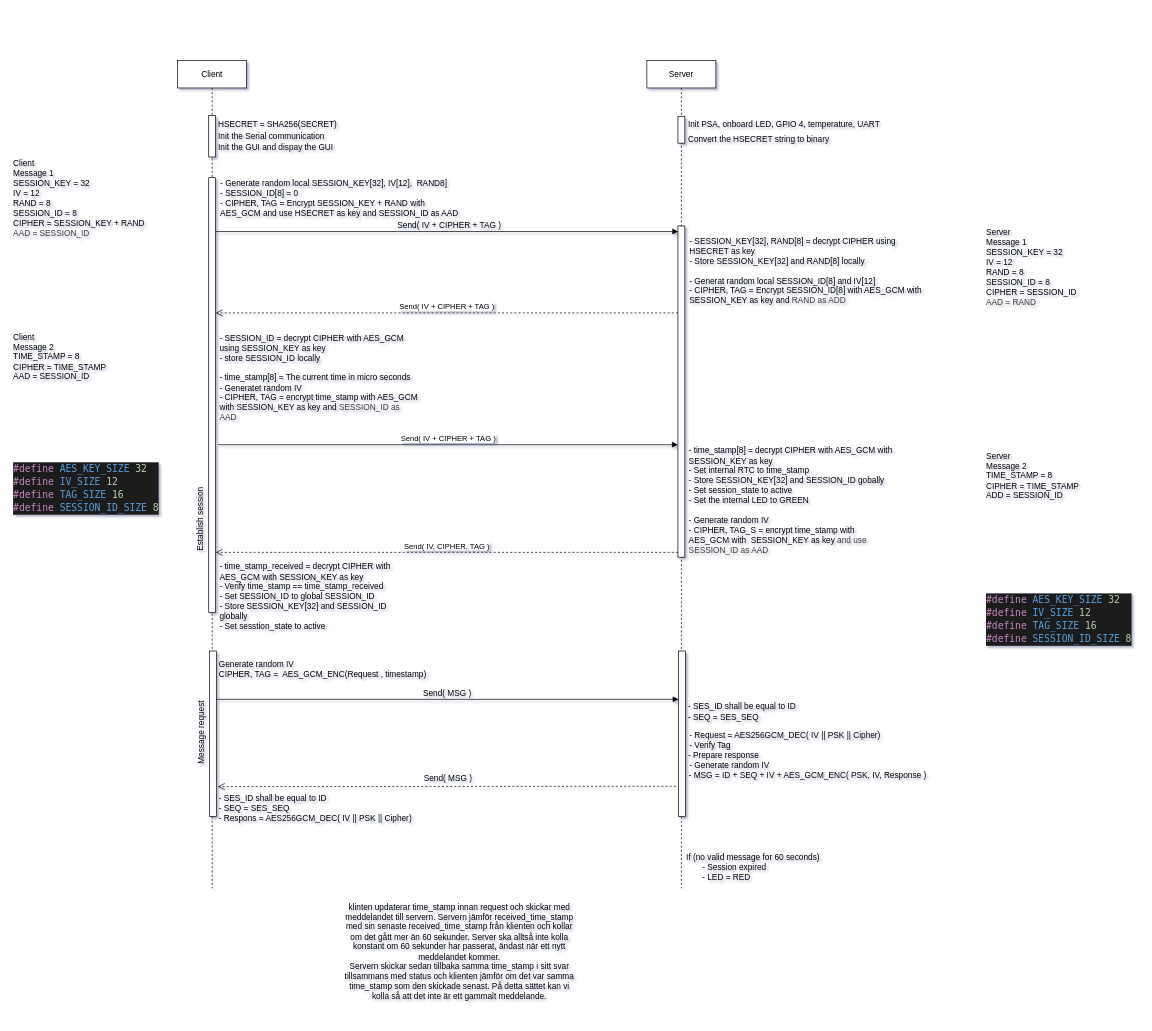
This is documents/sequens_diagram.drawio from AlexanderKimfors/Exam_security, a draw.io file, before an edit. Source tidied: cells renumbered, new cells numbered last; positions are measured from the earlier drawing's top-left corner, leaving out a move shared by most shapes. Both pictures are drawn from the tidied source at 69%, with x=0, y=0 at pixel (-140, 12).
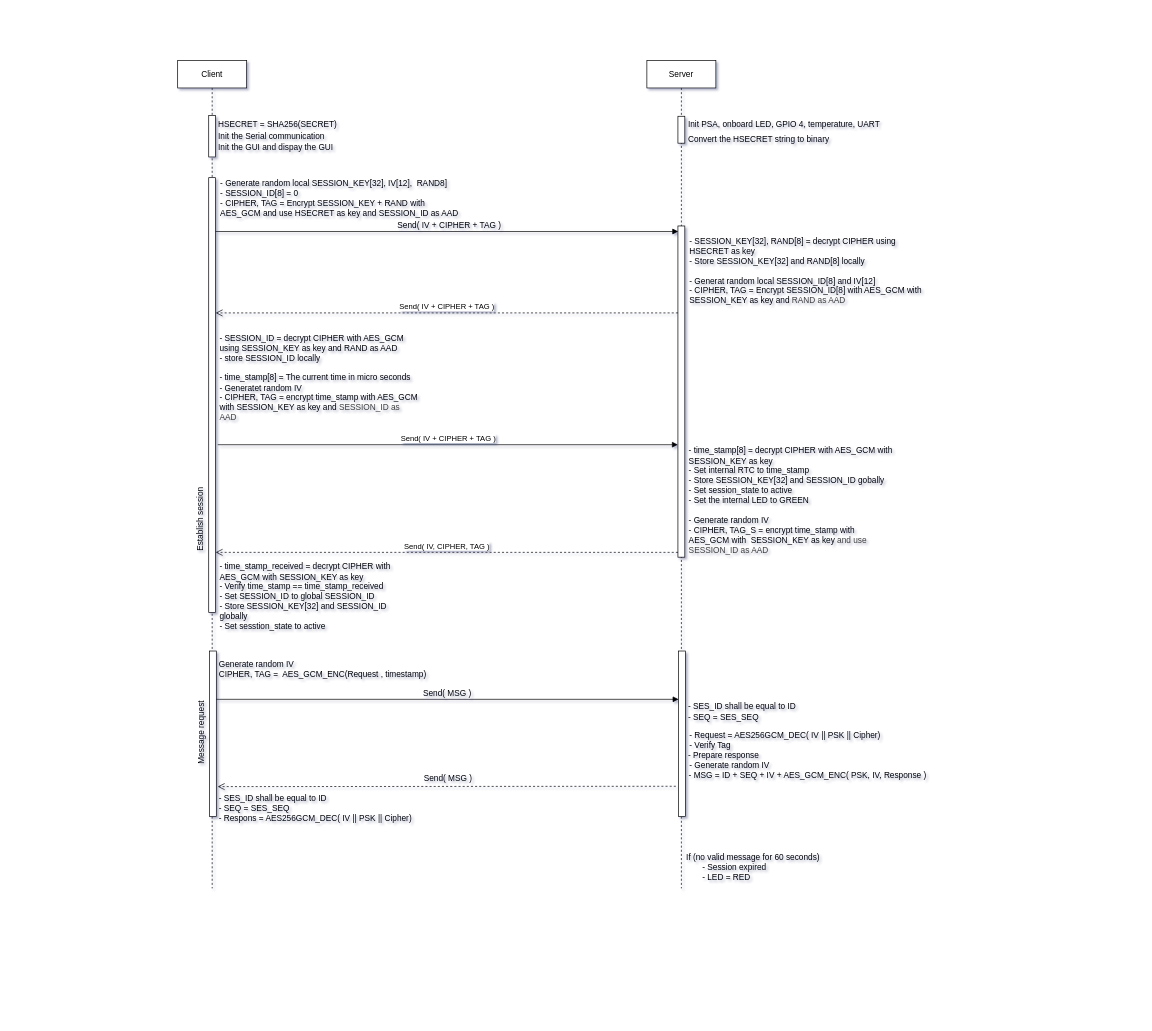
After the change.

Commit message (it also covers changes not shown here):
removed magic numbers in client session

Diff of the diagram source:
```diff
@@
-    <mxCell id="41" value="&lt;div&gt;- SESSION_KEY[32], RAND[8] = decrypt CIPHER using HSECRET as key&lt;/div&gt;&lt;div&gt;- Store SESSION_KEY[32] and RAND[8] locally&lt;/div&gt;&lt;div&gt;&lt;br&gt;&lt;/div&gt;&lt;div&gt;- Generat random local SESSION_ID[8] and IV[12]&lt;/div&gt;&lt;div&gt;- CIPHER, TAG = Encrypt SESSION_ID[8] with AES_GCM with SESSION_KEY as key and&lt;span style=&quot;color: rgb(63, 63, 63); background-color: transparent;&quot;&gt;&amp;nbsp;RAND as ADD&lt;/span&gt;&lt;/div&gt;" style="text;html=1;align=left;verticalAlign=middle;whiteSpace=wrap;rounded=0;" parent="1" vertex="1">
+    <mxCell id="41" value="&lt;div&gt;- SESSION_KEY[32], RAND[8] = decrypt CIPHER using HSECRET as key&lt;/div&gt;&lt;div&gt;- Store SESSION_KEY[32] and RAND[8] locally&lt;/div&gt;&lt;div&gt;&lt;br&gt;&lt;/div&gt;&lt;div&gt;- Generat random local SESSION_ID[8] and IV[12]&lt;/div&gt;&lt;div&gt;- CIPHER, TAG = Encrypt SESSION_ID[8] with AES_GCM with SESSION_KEY as key and&lt;span style=&quot;color: rgb(63, 63, 63); background-color: transparent;&quot;&gt;&amp;nbsp;RAND as AAD&lt;/span&gt;&lt;/div&gt;" style="text;html=1;align=left;verticalAlign=middle;whiteSpace=wrap;rounded=0;" parent="1" vertex="1">
       <mxGeometry x="1200" y="320" width="356.5" height="110" as="geometry" />
     </mxCell>
-    <mxCell id="42" value="- SESSION_ID = decrypt CIPHER with AES_GCM using SESSION_KEY as key&lt;div&gt;- store SESSION_ID locally&lt;/div&gt;&lt;div&gt;&lt;br&gt;&lt;/div&gt;&lt;div&gt;- time_stamp[8] = The current time in micro seconds&lt;/div&gt;&lt;div&gt;- Generatet random IV&lt;/div&gt;&lt;div&gt;- CIPHER, TAG = encrypt time_stamp with AES_GCM with SESSION_KEY as key and&amp;nbsp;&lt;span style=&quot;color: rgb(63, 63, 63); background-color: transparent;&quot;&gt;SESSION_ID as AAD&lt;/span&gt;&lt;/div&gt;" style="text;html=1;align=left;verticalAlign=middle;whiteSpace=wrap;rounded=0;" parent="1" vertex="1">
+    <mxCell id="42" value="- SESSION_ID = decrypt CIPHER with AES_GCM using SESSION_KEY as key and RAND as AAD&lt;div&gt;- store SESSION_ID locally&lt;/div&gt;&lt;div&gt;&lt;br&gt;&lt;/div&gt;&lt;div&gt;- time_stamp[8] = The current time in micro seconds&lt;/div&gt;&lt;div&gt;- Generatet random IV&lt;/div&gt;&lt;div&gt;- CIPHER, TAG = encrypt time_stamp with AES_GCM with SESSION_KEY as key and&amp;nbsp;&lt;span style=&quot;color: rgb(63, 63, 63); background-color: transparent;&quot;&gt;SESSION_ID as AAD&lt;/span&gt;&lt;/div&gt;" style="text;html=1;align=left;verticalAlign=middle;whiteSpace=wrap;rounded=0;" parent="1" vertex="1">
       <mxGeometry x="519" y="450" width="290" height="160" as="geometry" />
     </mxCell>
@@
-    <mxCell id="45" value="klinten updaterar time_stamp innan request och skickar med meddelandet till servern. Servern jämför received_time_stamp med sin senaste received_time_stamp från klienten och kollar om det gått mer än 60 sekunder. Server ska alltså inte kolla konstant om 60 sekunder har passerat, ändast när ett nytt meddelandet kommer.&lt;div&gt;Servern skickar sedan tillbaka samma time_stamp i sitt svar tillsammans med status och klienten jämför om det var samma time_stamp som den skickade senast. På detta sättet kan vi kolla så att det inte är ett gammalt meddelande.&lt;/div&gt;" style="text;html=1;align=center;verticalAlign=middle;whiteSpace=wrap;rounded=0;" parent="1" vertex="1">
-      <mxGeometry x="700" y="1270" width="337" height="184" as="geometry" />
-    </mxCell>
-    <mxCell id="46" value="Client&lt;div&gt;Message 1&lt;br&gt;SESSION_KEY = 32&lt;/div&gt;&lt;div&gt;IV = 12&lt;/div&gt;&lt;div&gt;RAND = 8&lt;/div&gt;&lt;div&gt;SESSION_ID = 8&lt;/div&gt;&lt;div&gt;CIPHER = SESSION_KEY + RAND&lt;/div&gt;&lt;div&gt;&lt;span style=&quot;color: rgb(63, 63, 63); background-color: transparent;&quot;&gt;AAD = SESSION_ID&lt;/span&gt;&amp;nbsp;&lt;/div&gt;" style="text;html=1;align=left;verticalAlign=middle;whiteSpace=wrap;rounded=0;" parent="1" vertex="1">
-      <mxGeometry x="220" y="210" width="220" height="120" as="geometry" />
-    </mxCell>
-    <mxCell id="47" value="Client&lt;div&gt;Message 2&lt;/div&gt;&lt;div&gt;TIME_STAMP = 8&lt;/div&gt;&lt;div&gt;CIPHER = TIME_STAMP&lt;/div&gt;&lt;div&gt;AAD = SESSION_ID&lt;/div&gt;" style="text;html=1;align=left;verticalAlign=middle;whiteSpace=wrap;rounded=0;" parent="1" vertex="1">
-      <mxGeometry x="220" y="440" width="220" height="120" as="geometry" />
-    </mxCell>
-    <mxCell id="48" value="Server&lt;br&gt;&lt;div&gt;Message 1&lt;br&gt;SESSION_KEY = 32&lt;/div&gt;&lt;div&gt;IV = 12&lt;/div&gt;&lt;div&gt;RAND = 8&lt;/div&gt;&lt;div&gt;SESSION_ID = 8&lt;/div&gt;&lt;div&gt;CIPHER = SESSION_ID&lt;/div&gt;&lt;div&gt;&lt;span style=&quot;color: rgb(63, 63, 63); background-color: transparent;&quot;&gt;AAD = RAND&lt;/span&gt;&amp;nbsp;&lt;/div&gt;" style="text;html=1;align=left;verticalAlign=middle;whiteSpace=wrap;rounded=0;" parent="1" vertex="1">
-      <mxGeometry x="1630" y="310" width="220" height="120" as="geometry" />
-    </mxCell>
-    <mxCell id="49" value="Server&lt;br&gt;&lt;div&gt;Message 2&lt;br&gt;TIME_STAMP = 8&lt;/div&gt;&lt;div&gt;CIPHER = TIME_STAMP&lt;/div&gt;&lt;div&gt;ADD = SESSION_ID&lt;/div&gt;" style="text;html=1;align=left;verticalAlign=middle;whiteSpace=wrap;rounded=0;" parent="1" vertex="1">
-      <mxGeometry x="1630" y="630" width="200" height="84.5" as="geometry" />
-    </mxCell>
-    <mxCell id="50" value="&lt;div style=&quot;color: rgb(204, 204, 204); background-color: rgb(31, 31, 31); font-family: &amp;quot;Droid Sans Mono&amp;quot;, &amp;quot;monospace&amp;quot;, monospace; font-size: 14px; line-height: 19px; white-space: pre;&quot;&gt;&lt;div&gt;&lt;span style=&quot;color: #c586c0;&quot;&gt;#define&lt;/span&gt;&lt;span style=&quot;color: #569cd6;&quot;&gt; &lt;/span&gt;&lt;span style=&quot;color: #569cd6;&quot;&gt;AES_KEY_SIZE&lt;/span&gt;&lt;span style=&quot;color: #569cd6;&quot;&gt; &lt;/span&gt;&lt;span style=&quot;color: #b5cea8;&quot;&gt;32&lt;/span&gt;&lt;/div&gt;&lt;div&gt;&lt;span style=&quot;color: #c586c0;&quot;&gt;#define&lt;/span&gt;&lt;span style=&quot;color: #569cd6;&quot;&gt; &lt;/span&gt;&lt;span style=&quot;color: #569cd6;&quot;&gt;IV_SIZE&lt;/span&gt;&lt;span style=&quot;color: #569cd6;&quot;&gt; &lt;/span&gt;&lt;span style=&quot;color: #b5cea8;&quot;&gt;12&lt;/span&gt;&lt;/div&gt;&lt;div&gt;&lt;span style=&quot;color: #c586c0;&quot;&gt;#define&lt;/span&gt;&lt;span style=&quot;color: #569cd6;&quot;&gt; &lt;/span&gt;&lt;span style=&quot;color: #569cd6;&quot;&gt;TAG_SIZE&lt;/span&gt;&lt;span style=&quot;color: #569cd6;&quot;&gt; &lt;/span&gt;&lt;span style=&quot;color: #b5cea8;&quot;&gt;16&lt;/span&gt;&lt;/div&gt;&lt;div&gt;&lt;span style=&quot;color: #c586c0;&quot;&gt;#define&lt;/span&gt;&lt;span style=&quot;color: #569cd6;&quot;&gt; &lt;/span&gt;&lt;span style=&quot;color: #569cd6;&quot;&gt;SESSION_ID_SIZE&lt;/span&gt;&lt;span style=&quot;color: #569cd6;&quot;&gt; &lt;/span&gt;&lt;span style=&quot;color: #b5cea8;&quot;&gt;8&lt;/span&gt;&lt;/div&gt;&lt;/div&gt;" style="text;html=1;align=left;verticalAlign=middle;whiteSpace=wrap;rounded=0;" parent="1" vertex="1">
-      <mxGeometry x="220" y="630" width="220" height="120" as="geometry" />
-    </mxCell>
-    <mxCell id="51" value="&lt;div style=&quot;color: rgb(204, 204, 204); background-color: rgb(31, 31, 31); font-family: &amp;quot;Droid Sans Mono&amp;quot;, &amp;quot;monospace&amp;quot;, monospace; font-size: 14px; line-height: 19px; white-space: pre;&quot;&gt;&lt;div&gt;&lt;span style=&quot;color: #c586c0;&quot;&gt;#define&lt;/span&gt;&lt;span style=&quot;color: #569cd6;&quot;&gt; &lt;/span&gt;&lt;span style=&quot;color: #569cd6;&quot;&gt;AES_KEY_SIZE&lt;/span&gt;&lt;span style=&quot;color: #569cd6;&quot;&gt; &lt;/span&gt;&lt;span style=&quot;color: #b5cea8;&quot;&gt;32&lt;/span&gt;&lt;/div&gt;&lt;div&gt;&lt;span style=&quot;color: #c586c0;&quot;&gt;#define&lt;/span&gt;&lt;span style=&quot;color: #569cd6;&quot;&gt; &lt;/span&gt;&lt;span style=&quot;color: #569cd6;&quot;&gt;IV_SIZE&lt;/span&gt;&lt;span style=&quot;color: #569cd6;&quot;&gt; &lt;/span&gt;&lt;span style=&quot;color: #b5cea8;&quot;&gt;12&lt;/span&gt;&lt;/div&gt;&lt;div&gt;&lt;span style=&quot;color: #c586c0;&quot;&gt;#define&lt;/span&gt;&lt;span style=&quot;color: #569cd6;&quot;&gt; &lt;/span&gt;&lt;span style=&quot;color: #569cd6;&quot;&gt;TAG_SIZE&lt;/span&gt;&lt;span style=&quot;color: #569cd6;&quot;&gt; &lt;/span&gt;&lt;span style=&quot;color: #b5cea8;&quot;&gt;16&lt;/span&gt;&lt;/div&gt;&lt;div&gt;&lt;span style=&quot;color: #c586c0;&quot;&gt;#define&lt;/span&gt;&lt;span style=&quot;color: #569cd6;&quot;&gt; &lt;/span&gt;&lt;span style=&quot;color: #569cd6;&quot;&gt;SESSION_ID_SIZE&lt;/span&gt;&lt;span style=&quot;color: #569cd6;&quot;&gt; &lt;/span&gt;&lt;span style=&quot;color: #b5cea8;&quot;&gt;8&lt;/span&gt;&lt;/div&gt;&lt;/div&gt;" style="text;html=1;align=left;verticalAlign=middle;whiteSpace=wrap;rounded=0;" parent="1" vertex="1">
-      <mxGeometry x="1630" y="820" width="220" height="120" as="geometry" />
-    </mxCell>
```
